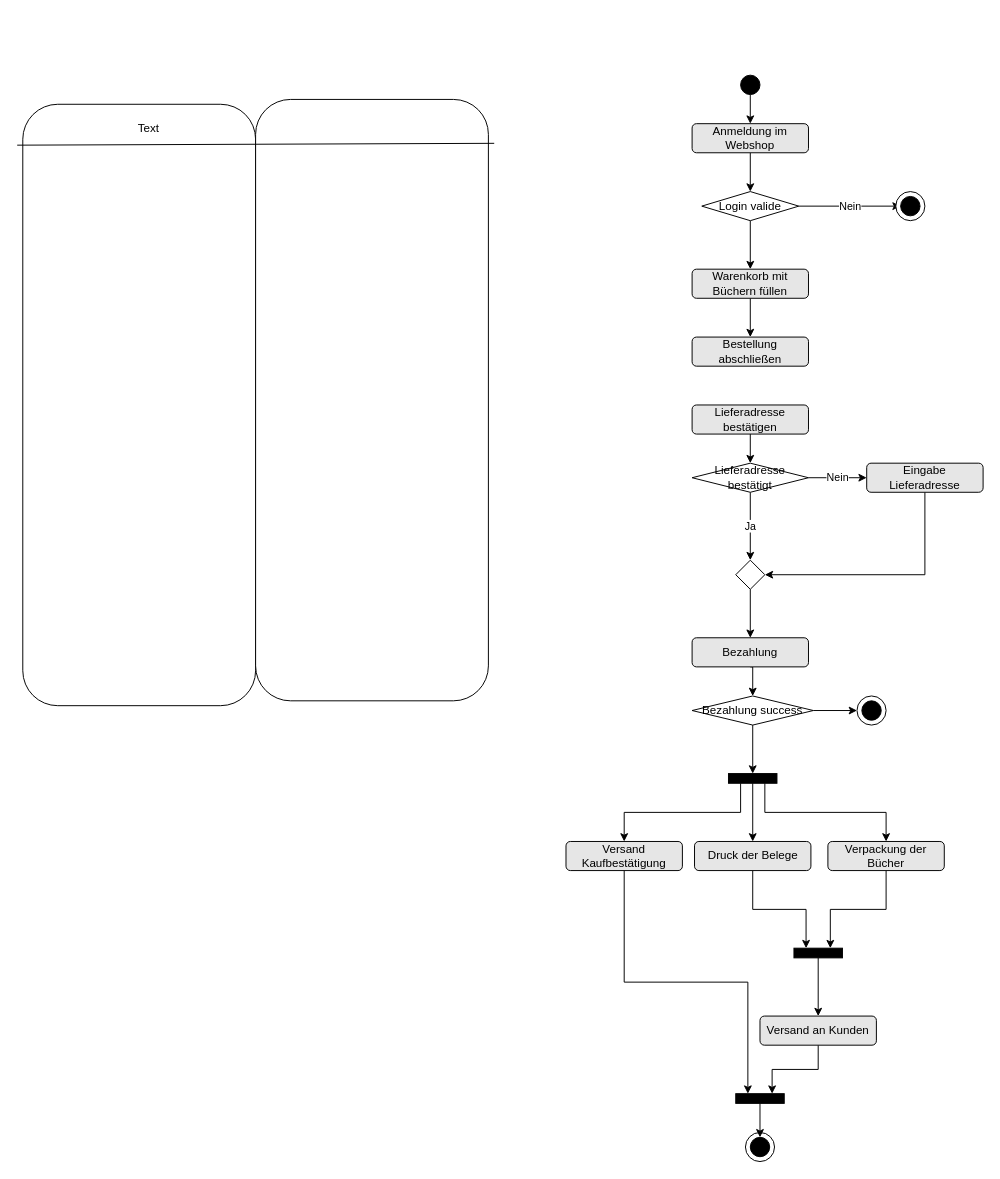
This is 3-Lehrjahr/UML/02_Aktivitaetsdiagramme/005-online-buchbestellung.drawio from deanomus/SZUT, a draw.io file, before an edit. Source tidied: cells renumbered, new cells numbered last; positions are measured from the earlier drawing's top-left corner, leaving out a move shared by most shapes. Both pictures are drawn from the tidied source at 97%, with x=0, y=0 at pixel (22, 75).
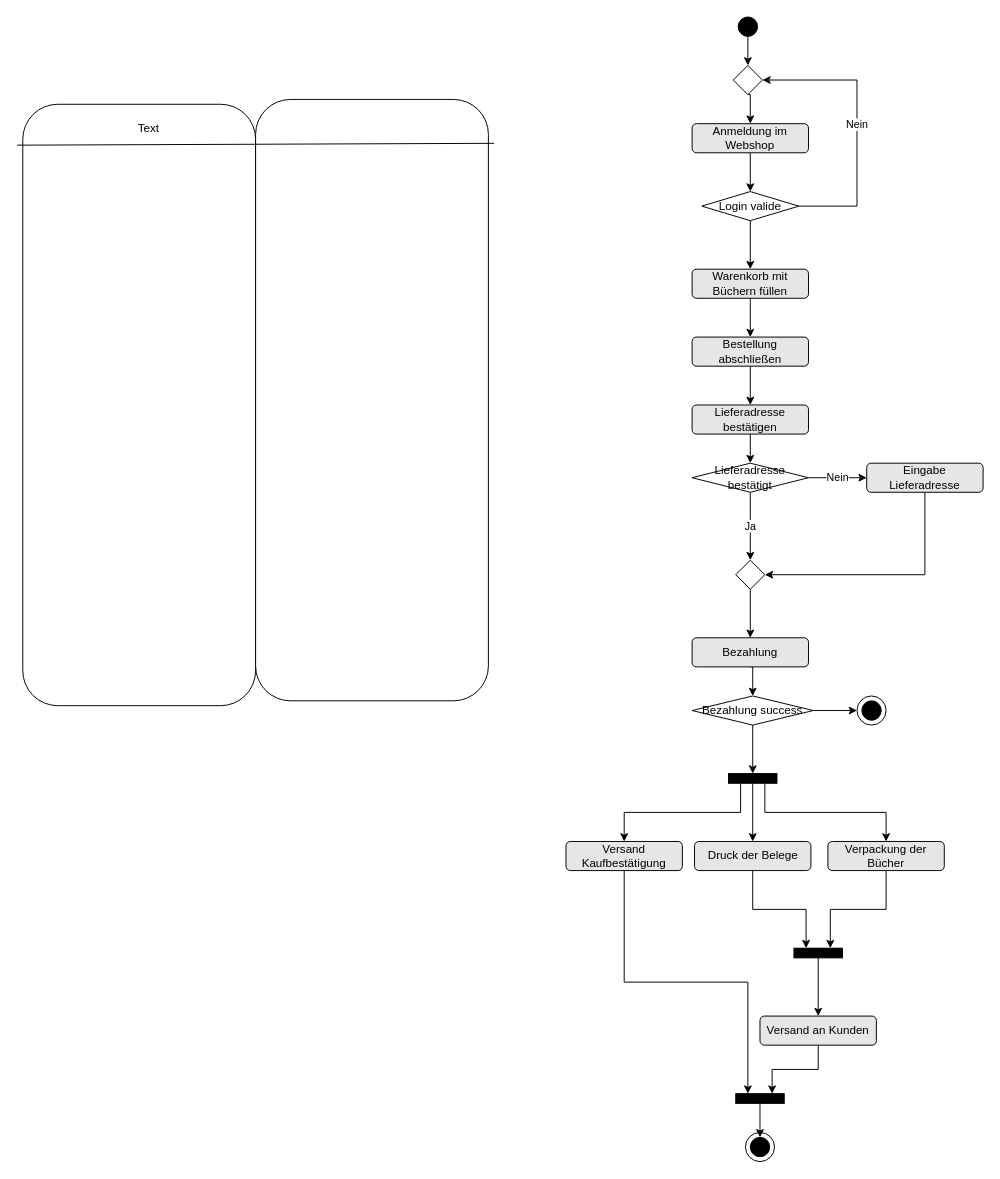
Above is the later version.

The change refers to these unchanged cells:
```xml
<mxCell id="5" value="Anmeldung im Webshop" style="rounded=1;whiteSpace=wrap;html=1;fillColor=#E6E6E6;gradientColor=none;strokeWidth=1;perimeterSpacing=0;glass=0;" parent="1" vertex="1">
  <mxGeometry x="690" y="50" width="120" height="30" as="geometry" />
</mxCell>
<mxCell id="8" value="Login valide" style="rhombus;whiteSpace=wrap;html=1;" parent="1" vertex="1">
  <mxGeometry x="700" y="120" width="100" height="30" as="geometry" />
</mxCell>
<mxCell id="13" value="Bestellung abschließen" style="rounded=1;whiteSpace=wrap;html=1;fillColor=#E6E6E6;gradientColor=none;strokeWidth=1;perimeterSpacing=0;glass=0;" parent="1" vertex="1">
  <mxGeometry x="690" y="270" width="120" height="30" as="geometry" />
</mxCell>
<mxCell id="15" value="Lieferadresse bestätigen" style="rounded=1;whiteSpace=wrap;html=1;fillColor=#E6E6E6;gradientColor=none;strokeWidth=1;perimeterSpacing=0;glass=0;" parent="1" vertex="1">
  <mxGeometry x="690" y="340" width="120" height="30" as="geometry" />
</mxCell>
```

What changed in the source:
```diff
@@
-    <mxCell id="2" style="edgeStyle=orthogonalEdgeStyle;rounded=0;jettySize=auto;html=1;exitX=0.5;exitY=1;exitDx=0;exitDy=0;entryX=0.5;entryY=0;entryDx=0;entryDy=0;" parent="1" edge="1" source="3" target="5">
-      <mxGeometry relative="1" as="geometry" />
-    </mxCell>
+    <mxCell id="52" style="edgeStyle=orthogonalEdgeStyle;rounded=0;jettySize=auto;html=1;exitX=0.5;exitY=1;exitDx=0;exitDy=0;entryX=0.5;entryY=0;entryDx=0;entryDy=0;" parent="1" edge="1" source="3" target="55">
+      <mxGeometry relative="1" as="geometry" />
+    </mxCell>
     <mxCell id="3" style="ellipse;whiteSpace=wrap;html=1;fillColor=#000000;" parent="1" vertex="1">
-      <mxGeometry x="740" width="20" height="20" as="geometry" />
+      <mxGeometry x="737.5" y="-60" width="20" height="20" as="geometry" />
     </mxCell>
@@
-    <mxCell id="6" value="Nein" style="edgeStyle=orthogonalEdgeStyle;rounded=0;jettySize=auto;html=1;exitX=1;exitY=0.5;exitDx=0;exitDy=0;entryX=0;entryY=0.5;entryDx=0;entryDy=0;" parent="1" edge="1" source="8" target="10">
-      <mxGeometry relative="1" as="geometry" />
+    <mxCell id="6" value="Nein" style="edgeStyle=orthogonalEdgeStyle;rounded=0;jettySize=auto;html=1;exitX=1;exitY=0.5;exitDx=0;exitDy=0;entryX=1;entryY=0.5;entryDx=0;entryDy=0;" parent="1" edge="1" source="8" target="55">
+      <mxGeometry relative="1" as="geometry">
+        <Array as="points">
+          <mxPoint x="860" y="135" />
+          <mxPoint x="860" y="5" />
+        </Array>
+      </mxGeometry>
     </mxCell>
@@
-    <mxCell id="9" style="ellipse;whiteSpace=wrap;html=1;rounded=1;shadow=0;glass=0;sketch=0;strokeWidth=1;" parent="1" vertex="1">
-      <mxGeometry x="900" y="120" width="30" height="30" as="geometry" />
-    </mxCell>
-    <mxCell id="10" style="ellipse;whiteSpace=wrap;html=1;fillColor=#000000;" parent="1" vertex="1">
-      <mxGeometry x="905" y="125" width="20" height="20" as="geometry" />
-    </mxCell>
@@
+    <mxCell id="53" style="edgeStyle=orthogonalEdgeStyle;rounded=0;jettySize=auto;html=1;exitX=0.5;exitY=1;exitDx=0;exitDy=0;entryX=0.5;entryY=0;entryDx=0;entryDy=0;" parent="1" edge="1" source="13" target="15">
+      <mxGeometry relative="1" as="geometry" />
+    </mxCell>
@@
+    <mxCell id="54" style="edgeStyle=orthogonalEdgeStyle;rounded=0;jettySize=auto;html=1;exitX=0.5;exitY=1;exitDx=0;exitDy=0;entryX=0.5;entryY=0;entryDx=0;entryDy=0;" parent="1" edge="1" source="55" target="5">
+      <mxGeometry relative="1" as="geometry" />
+    </mxCell>
+    <mxCell id="55" style="rhombus;whiteSpace=wrap;html=1;" parent="1" vertex="1">
+      <mxGeometry x="732.5" y="-10" width="30" height="30" as="geometry" />
+    </mxCell>
```
